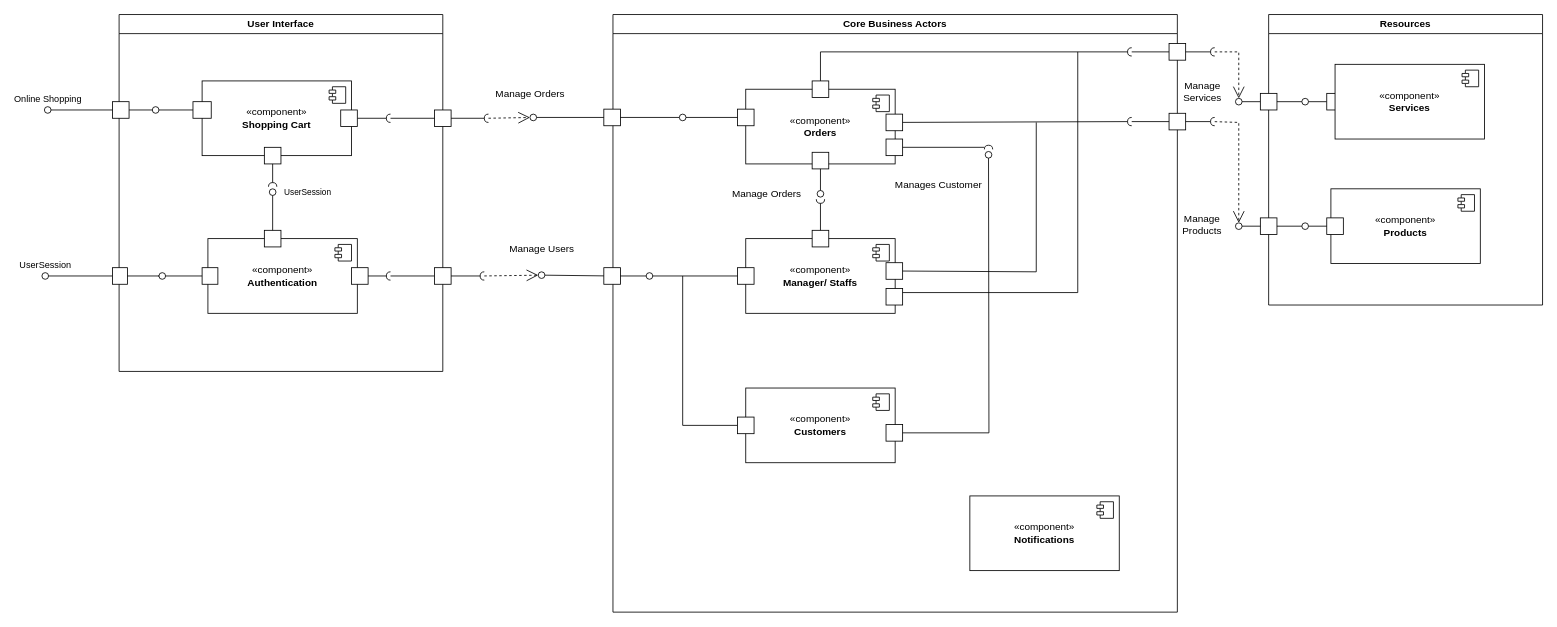
Before: component-diagram-spss.drawio in blueonline07/auth-demo, a draw.io diagram. Source tidied: cells renumbered, new cells numbered last; positions are measured from the earlier drawing's top-left corner, leaving out a move shared by most shapes. Both pictures are drawn from the tidied source at 83%, with x=0, y=0 at pixel (42, 14).
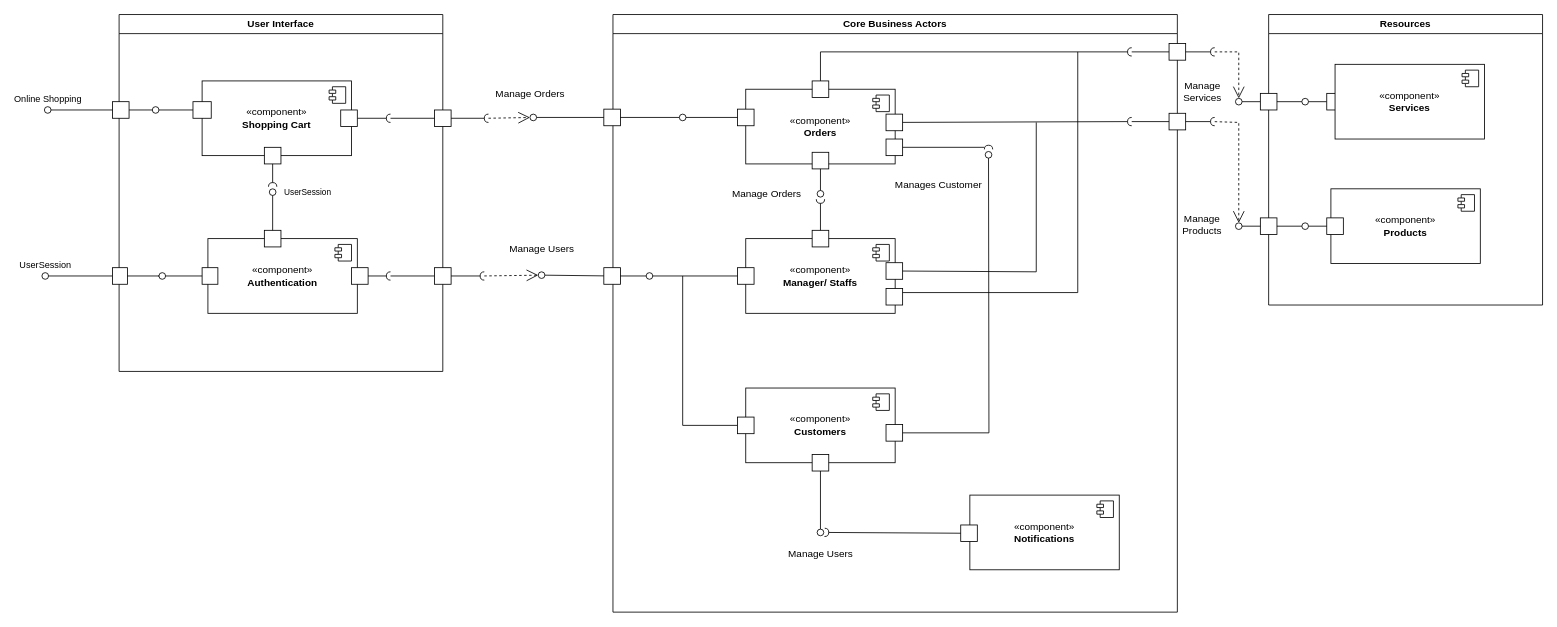
Above is the later version.

Unchanged cells that the change refers to:
```xml
<mxCell id="30" value="Core Business Actors" style="swimlane;whiteSpace=wrap;html=1;" parent="1" vertex="1">
  <mxGeometry x="688" width="680" height="720" as="geometry" />
</mxCell>
```

The edit, as a diff of the source:
```diff
@@
     <mxCell id="35" value="«component»&lt;br&gt;&lt;b&gt;Notifications&lt;/b&gt;" style="html=1;whiteSpace=wrap;" parent="30" vertex="1">
-      <mxGeometry x="430" y="580" width="180" height="90" as="geometry" />
+      <mxGeometry x="430" y="579" width="180" height="90" as="geometry" />
     </mxCell>
@@
+    <mxCell id="127" style="html=1;rounded=0;" parent="30" vertex="1">
+      <mxGeometry x="419" y="615" width="20" height="20" as="geometry" />
+    </mxCell>
+    <mxCell id="128" style="shape=requiredInterface;html=1;fontSize=11;align=center;fillColor=none;points=[];verticalAlign=bottom;labelPosition=center;verticalLabelPosition=top;flipH=1;rotation=-178;" parent="30" vertex="1">
+      <mxGeometry x="255" y="619" width="5" height="10" as="geometry" />
+    </mxCell>
+    <mxCell id="129" style="endArrow=none;html=1;rounded=0;align=center;verticalAlign=top;endFill=0;labelBackgroundColor=none;endSize=2;" parent="30" edge="1" source="127" target="128">
+      <mxGeometry relative="1" as="geometry" />
+    </mxCell>
+    <mxCell id="130" style="html=1;rounded=0;" parent="30" vertex="1">
+      <mxGeometry x="240" y="530" width="20" height="20" as="geometry" />
+    </mxCell>
+    <mxCell id="131" style="endArrow=none;html=1;rounded=0;align=center;verticalAlign=top;endFill=0;labelBackgroundColor=none;endSize=2;" parent="30" edge="1" source="130" target="132">
+      <mxGeometry relative="1" as="geometry" />
+    </mxCell>
+    <mxCell id="132" style="ellipse;html=1;fontSize=11;align=center;fillColor=none;points=[];verticalAlign=bottom;labelPosition=center;verticalLabelPosition=top;flipH=1;" parent="30" vertex="1">
+      <mxGeometry x="246" y="620" width="8" height="8" as="geometry" />
+    </mxCell>
+    <mxCell id="133" value="Manage Users" style="text;html=1;align=center;verticalAlign=middle;strokeColor=none;fillColor=none;" parent="30" vertex="1">
+      <mxGeometry x="200" y="635" width="100" height="30" as="geometry" />
+    </mxCell>
```
